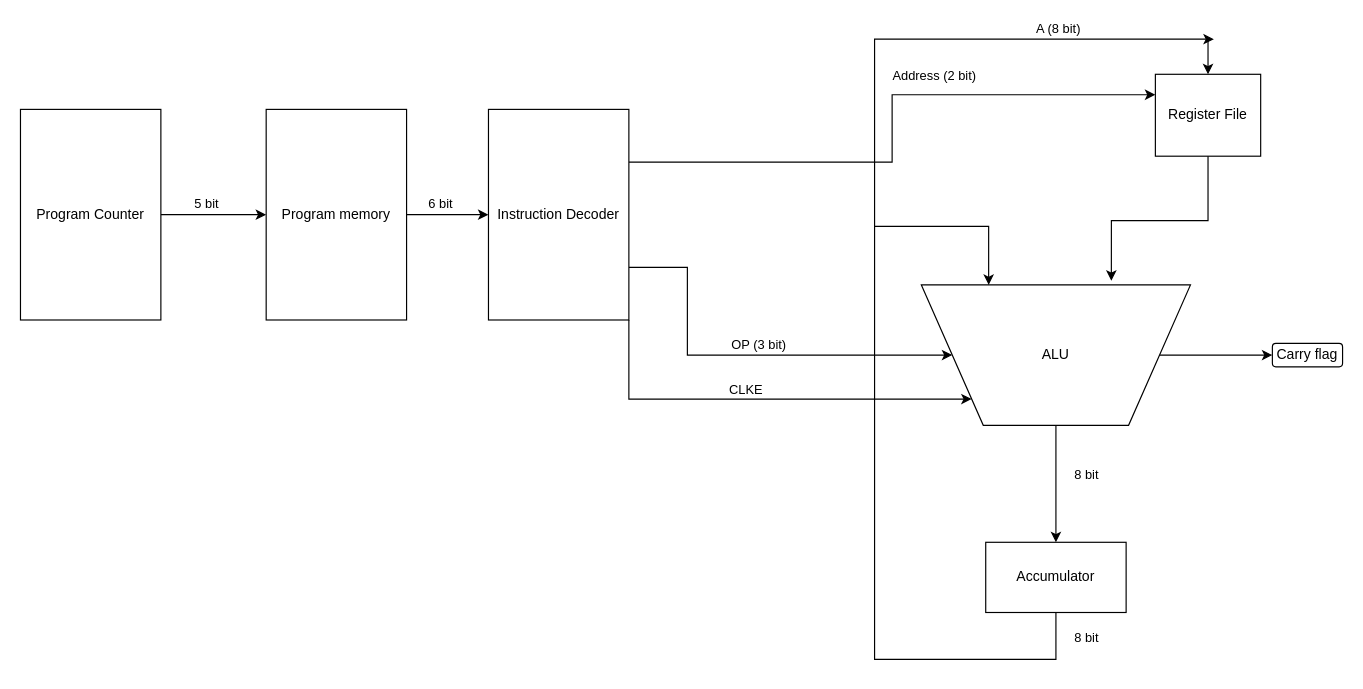
The draw.io diagram Schema.drawio in sallah21/Salamander-4, before the edit. Source tidied: cells renumbered, new cells numbered last; positions are measured from the earlier drawing's top-left corner, leaving out a move shared by most shapes. Both pictures are drawn from the tidied source at 117%, with x=0, y=0 at pixel (20, 39).
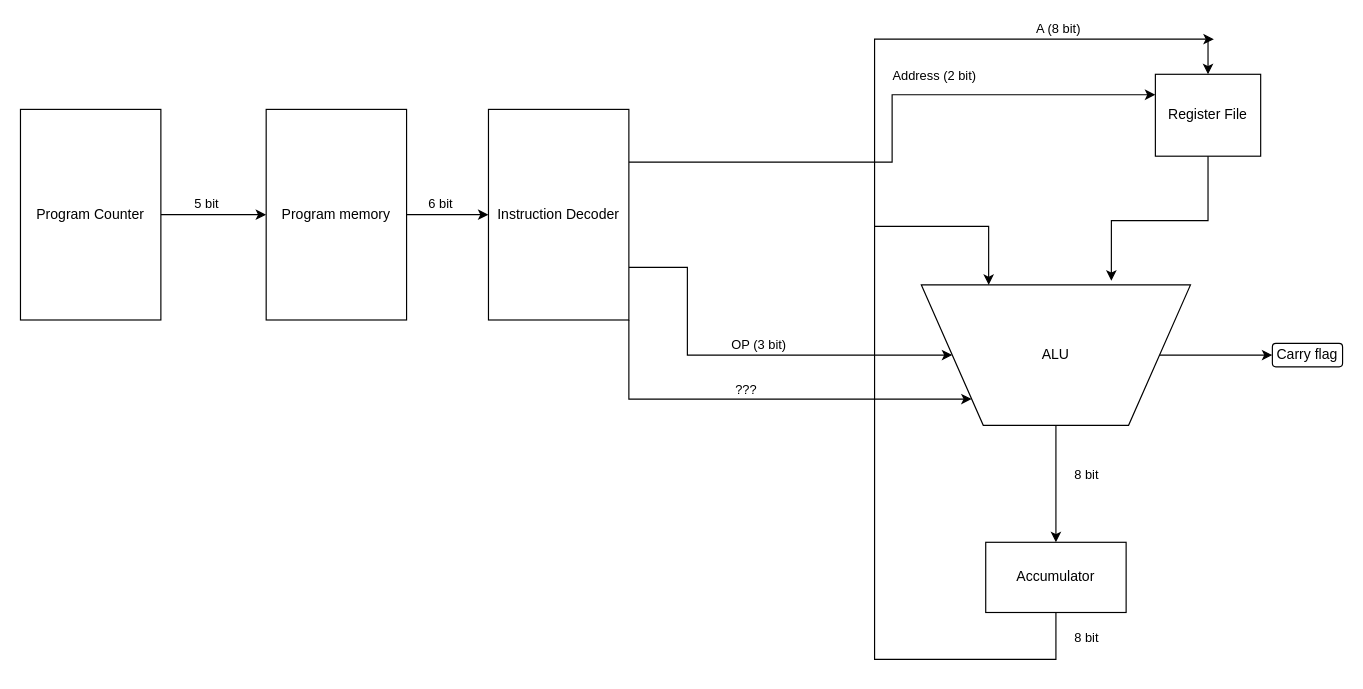
The same diagram, later.

The change refers to these unchanged cells:
```xml
<mxCell id="13" style="edgeStyle=orthogonalEdgeStyle;rounded=0;jettySize=auto;html=1;exitX=1;exitY=1;exitDx=0;exitDy=0;entryX=0;entryY=1;entryDx=0;entryDy=0;" parent="1" edge="1" source="15" target="19">
  <mxGeometry relative="1" as="geometry" />
</mxCell>
```

Diff of the diagram source:
```diff
@@
-    <mxCell id="14" value="CLKE" style="edgeLabel;html=1;align=center;verticalAlign=middle;" parent="13" vertex="1">
+    <mxCell id="14" value="???" style="edgeLabel;html=1;align=center;verticalAlign=middle;" parent="13" vertex="1">
       <mxGeometry x="-0.24" y="1" relative="1" as="geometry">
         <mxPoint x="30" y="-7" as="offset" />
       </mxGeometry>
     </mxCell>
```
